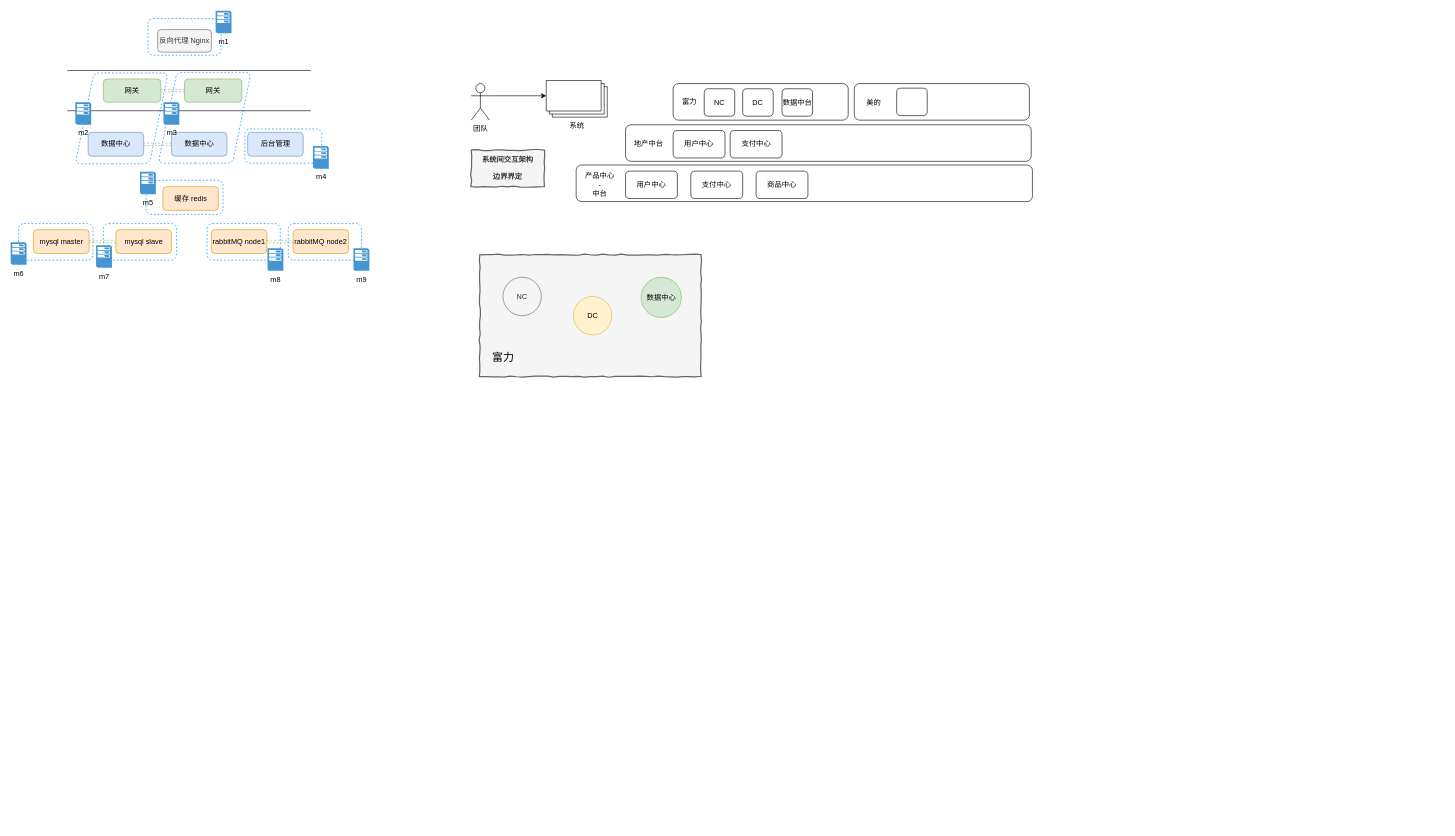
Above: page "ç¬¬ 1 é¡µ" (1 of 2) of yx_数据中心.drawio in chenyz/EGOTableViewPullRefresh (draw.io), before the change. Source tidied: cells renumbered, new cells numbered last; positions are measured from the earlier drawing's top-left corner, leaving out a move shared by most shapes. Both pictures are drawn from the tidied source at 61%, with x=0, y=0 at pixel (10, 10).
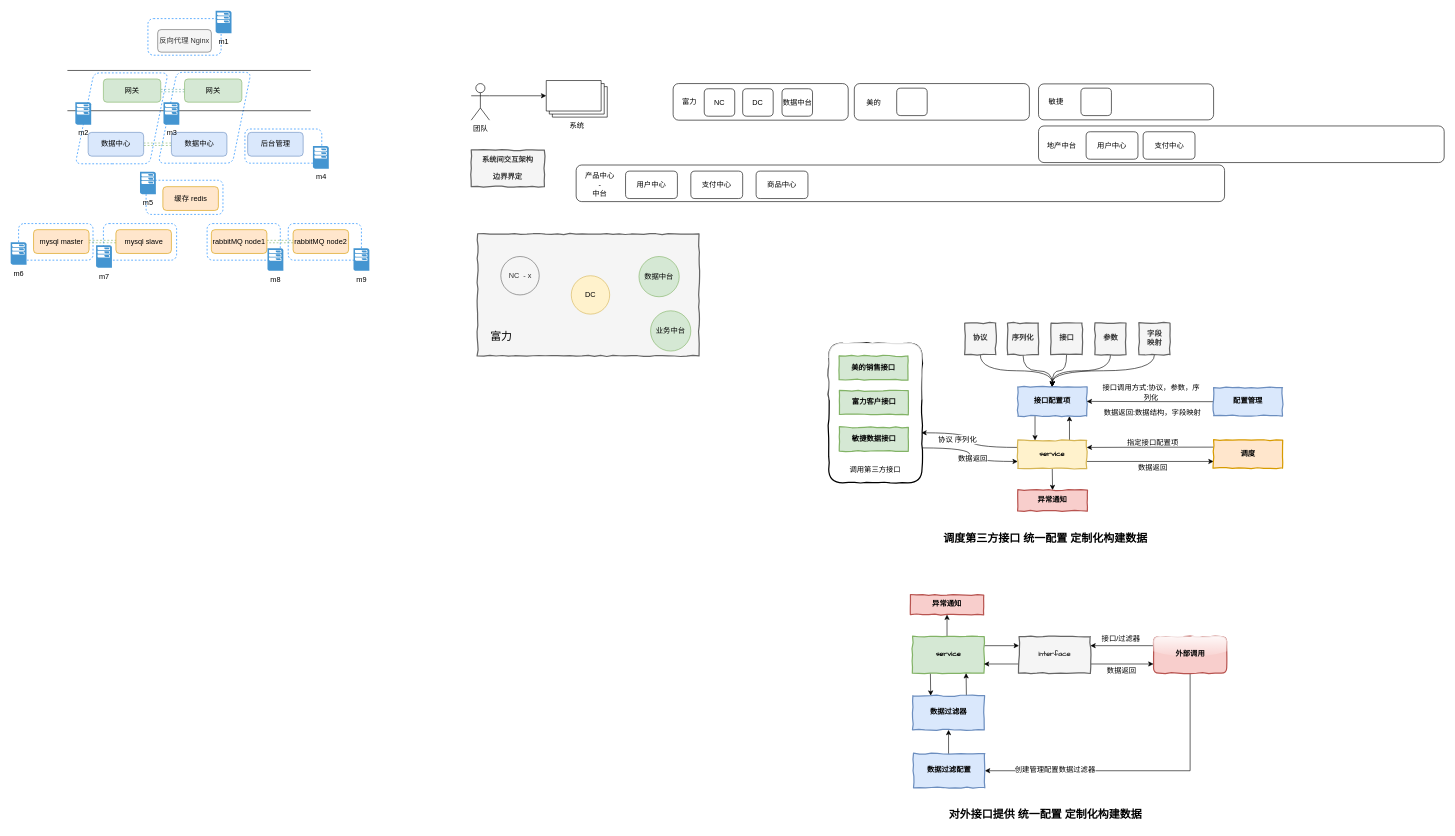
Above is the later version.

Commit message:
更新yx_数据中心.drawio

Diff of the diagram source:
```diff
@@
+    <mxCell id="62" style="edgeStyle=orthogonalEdgeStyle;curved=1;rounded=0;jettySize=auto;html=1;exitX=1;exitY=0.75;exitDx=0;exitDy=0;entryX=0;entryY=0.75;entryDx=0;entryDy=0;" parent="1" edge="1" source="64" target="78">
+      <mxGeometry relative="1" as="geometry" />
+    </mxCell>
+    <mxCell id="63" value="数据返回" style="text;html=1;align=center;verticalAlign=middle;labelBackgroundColor=#ffffff;" parent="62" vertex="1">
+      <mxGeometry x="0.17" y="5" relative="1" as="geometry" />
+    </mxCell>
+    <mxCell id="64" style="html=1;whiteSpace=wrap;comic=1;strokeWidth=2;fontFamily=Comic Sans MS;fontStyle=1;rounded=1;glass=1;" parent="1" vertex="1">
+      <mxGeometry x="1341" y="545" width="153" height="229" as="geometry" />
+    </mxCell>
     <mxCell id="2" style="html=1;whiteSpace=wrap;comic=1;strokeWidth=2;fontFamily=Comic Sans MS;fontStyle=1;fillColor=#f5f5f5;strokeColor=#666666;fontColor=#333333;" parent="1" vertex="1">
-      <mxGeometry x="769" y="400" width="363" height="200" as="geometry" />
+      <mxGeometry x="765.5" y="366" width="363" height="200" as="geometry" />
     </mxCell>
@@
     <mxCell id="37" style="rounded=1;whiteSpace=wrap;html=1;" parent="1" vertex="1">
-      <mxGeometry x="927" y="253" width="748" height="60" as="geometry" />
+      <mxGeometry x="927" y="253" width="1063" height="60" as="geometry" />
     </mxCell>
@@
     <mxCell id="42" style="rounded=1;whiteSpace=wrap;html=1;" parent="1" vertex="1">
-      <mxGeometry x="1008" y="187" width="665" height="60" as="geometry" />
+      <mxGeometry x="1685" y="189" width="665" height="60" as="geometry" />
     </mxCell>
     <mxCell id="43" value="地产中台" style="text;html=1;strokeColor=none;fillColor=none;align=center;verticalAlign=middle;whiteSpace=wrap;rounded=0;" parent="1" vertex="1">
-      <mxGeometry x="1019" y="209" width="54" height="20" as="geometry" />
+      <mxGeometry x="1696" y="211" width="54" height="20" as="geometry" />
     </mxCell>
     <mxCell id="44" value="用户中心" style="rounded=1;whiteSpace=wrap;html=1;" parent="1" vertex="1">
-      <mxGeometry x="1086" y="196.5" width="85" height="45" as="geometry" />
+      <mxGeometry x="1763" y="198.5" width="85" height="45" as="geometry" />
     </mxCell>
     <mxCell id="45" value="支付中心" style="rounded=1;whiteSpace=wrap;html=1;" parent="1" vertex="1">
-      <mxGeometry x="1179.5" y="196.5" width="85" height="45" as="geometry" />
+      <mxGeometry x="1856.5" y="198.5" width="85" height="45" as="geometry" />
     </mxCell>
@@
     <mxCell id="56" value="DC" style="ellipse;whiteSpace=wrap;html=1;fillColor=#fff2cc;strokeColor=#d6b656;" parent="1" vertex="1">
-      <mxGeometry x="922.5" y="468.5" width="63" height="63" as="geometry" />
+      <mxGeometry x="919" y="434.5" width="63" height="63" as="geometry" />
     </mxCell>
-    <mxCell id="57" value="数据中心" style="ellipse;whiteSpace=wrap;html=1;fillColor=#d5e8d4;strokeColor=#82b366;" parent="1" vertex="1">
-      <mxGeometry x="1033.5" y="437" width="66" height="66" as="geometry" />
+    <mxCell id="57" value="数据中台&lt;br&gt;" style="ellipse;whiteSpace=wrap;html=1;fillColor=#d5e8d4;strokeColor=#82b366;" parent="1" vertex="1">
+      <mxGeometry x="1030" y="403" width="66" height="66" as="geometry" />
     </mxCell>
-    <mxCell id="58" value="NC" style="ellipse;whiteSpace=wrap;html=1;fillColor=#f5f5f5;strokeColor=#666666;fontColor=#333333;" parent="1" vertex="1">
-      <mxGeometry x="807" y="437" width="63" height="63" as="geometry" />
+    <mxCell id="58" value="NC&amp;nbsp; - x" style="ellipse;whiteSpace=wrap;html=1;fillColor=#f5f5f5;strokeColor=#666666;fontColor=#333333;" parent="1" vertex="1">
+      <mxGeometry x="803.5" y="403" width="63" height="63" as="geometry" />
     </mxCell>
@@
     <mxCell id="60" value="&lt;font style=&quot;font-size: 18px ; font-weight: normal&quot;&gt;富力&lt;/font&gt;" style="text;strokeColor=none;fillColor=none;html=1;fontSize=24;fontStyle=1;verticalAlign=middle;align=center;" parent="1" vertex="1">
-      <mxGeometry x="778" y="546" width="58" height="40" as="geometry" />
+      <mxGeometry x="774.5" y="512" width="58" height="40" as="geometry" />
     </mxCell>
@@
+    <mxCell id="65" style="rounded=1;whiteSpace=wrap;html=1;" parent="1" vertex="1">
+      <mxGeometry x="1685" y="120" width="287" height="59" as="geometry" />
+    </mxCell>
+    <mxCell id="66" style="rounded=1;whiteSpace=wrap;html=1;" parent="1" vertex="1">
+      <mxGeometry x="1754.5" y="127" width="50" height="45" as="geometry" />
+    </mxCell>
+    <mxCell id="67" value="敏捷" style="text;html=1;strokeColor=none;fillColor=none;align=center;verticalAlign=middle;whiteSpace=wrap;rounded=0;" parent="1" vertex="1">
+      <mxGeometry x="1694" y="139.5" width="40" height="20" as="geometry" />
+    </mxCell>
+    <mxCell id="68" value="业务中台&lt;br&gt;" style="ellipse;whiteSpace=wrap;html=1;fillColor=#d5e8d4;strokeColor=#82b366;" parent="1" vertex="1">
+      <mxGeometry x="1049" y="492" width="66" height="66" as="geometry" />
+    </mxCell>
+    <mxCell id="69" value="美的销售接口" style="html=1;whiteSpace=wrap;comic=1;strokeWidth=2;fontFamily=Comic Sans MS;fontStyle=1;fillColor=#d5e8d4;strokeColor=#82b366;" parent="1" vertex="1">
+      <mxGeometry x="1358" y="566" width="113" height="39" as="geometry" />
+    </mxCell>
+    <mxCell id="70" value="富力客户接口" style="html=1;whiteSpace=wrap;comic=1;strokeWidth=2;fontFamily=Comic Sans MS;fontStyle=1;fillColor=#d5e8d4;strokeColor=#82b366;" parent="1" vertex="1">
+      <mxGeometry x="1358.5" y="623" width="113" height="39" as="geometry" />
+    </mxCell>
+    <mxCell id="71" value="敏捷数据接口" style="html=1;whiteSpace=wrap;comic=1;strokeWidth=2;fontFamily=Comic Sans MS;fontStyle=1;fillColor=#d5e8d4;strokeColor=#82b366;" parent="1" vertex="1">
+      <mxGeometry x="1358.5" y="683" width="113" height="39" as="geometry" />
+    </mxCell>
+    <mxCell id="72" value="调用第三方接口" style="text;html=1;strokeColor=none;fillColor=none;align=center;verticalAlign=middle;whiteSpace=wrap;rounded=0;" parent="1" vertex="1">
+      <mxGeometry x="1373" y="743" width="89" height="20" as="geometry" />
+    </mxCell>
+    <mxCell id="73" style="edgeStyle=orthogonalEdgeStyle;rounded=0;jettySize=auto;html=1;exitX=0.75;exitY=0;exitDx=0;exitDy=0;entryX=0.75;entryY=1;entryDx=0;entryDy=0;" parent="1" edge="1" source="78" target="80">
+      <mxGeometry relative="1" as="geometry" />
+    </mxCell>
+    <mxCell id="74" style="edgeStyle=orthogonalEdgeStyle;rounded=0;jettySize=auto;html=1;exitX=0;exitY=0.25;exitDx=0;exitDy=0;curved=1;entryX=0.993;entryY=0.642;entryDx=0;entryDy=0;entryPerimeter=0;" parent="1" edge="1" source="78" target="64">
+      <mxGeometry relative="1" as="geometry" />
+    </mxCell>
+    <mxCell id="75" value="协议 序列化" style="text;html=1;align=center;verticalAlign=middle;labelBackgroundColor=#ffffff;" parent="74" vertex="1">
+      <mxGeometry x="0.36" y="10" relative="1" as="geometry" />
+    </mxCell>
+    <mxCell id="76" style="edgeStyle=orthogonalEdgeStyle;rounded=0;jettySize=auto;html=1;exitX=0.5;exitY=1;exitDx=0;exitDy=0;entryX=0.5;entryY=0;entryDx=0;entryDy=0;" parent="1" edge="1" source="78" target="113">
+      <mxGeometry relative="1" as="geometry" />
+    </mxCell>
+    <mxCell id="77" style="edgeStyle=orthogonalEdgeStyle;rounded=0;jettySize=auto;html=1;exitX=1;exitY=0.75;exitDx=0;exitDy=0;" parent="1" edge="1" source="78">
+      <mxGeometry relative="1" as="geometry">
+        <mxPoint x="1972" y="739" as="targetPoint" />
+      </mxGeometry>
+    </mxCell>
+    <mxCell id="78" value="service" style="html=1;whiteSpace=wrap;comic=1;strokeWidth=2;fontFamily=Comic Sans MS;fontStyle=1;fillColor=#fff2cc;strokeColor=#d6b656;" parent="1" vertex="1">
+      <mxGeometry x="1651" y="704.5" width="113" height="46" as="geometry" />
+    </mxCell>
+    <mxCell id="79" style="edgeStyle=orthogonalEdgeStyle;rounded=0;jettySize=auto;html=1;exitX=0.25;exitY=1;exitDx=0;exitDy=0;entryX=0.25;entryY=0;entryDx=0;entryDy=0;" parent="1" edge="1" source="80" target="78">
+      <mxGeometry relative="1" as="geometry" />
+    </mxCell>
+    <mxCell id="80" value="接口配置项" style="html=1;whiteSpace=wrap;comic=1;strokeWidth=2;fontFamily=Comic Sans MS;fontStyle=1;fillColor=#dae8fc;strokeColor=#6c8ebf;" parent="1" vertex="1">
+      <mxGeometry x="1651" y="616.5" width="113" height="48" as="geometry" />
+    </mxCell>
+    <mxCell id="81" style="edgeStyle=orthogonalEdgeStyle;curved=1;rounded=0;jettySize=auto;html=1;exitX=0.5;exitY=1;exitDx=0;exitDy=0;" parent="1" edge="1" source="82" target="80">
+      <mxGeometry relative="1" as="geometry" />
+    </mxCell>
+    <mxCell id="82" value="协议" style="html=1;whiteSpace=wrap;comic=1;strokeWidth=2;fontFamily=Comic Sans MS;fontStyle=1;fillColor=#f5f5f5;strokeColor=#666666;fontColor=#333333;" parent="1" vertex="1">
+      <mxGeometry x="1564" y="512" width="51" height="52" as="geometry" />
+    </mxCell>
+    <mxCell id="83" style="edgeStyle=orthogonalEdgeStyle;curved=1;rounded=0;jettySize=auto;html=1;exitX=0.5;exitY=1;exitDx=0;exitDy=0;entryX=0.5;entryY=0;entryDx=0;entryDy=0;" parent="1" edge="1" source="84" target="80">
+      <mxGeometry relative="1" as="geometry" />
+    </mxCell>
+    <mxCell id="84" value="序列化" style="html=1;whiteSpace=wrap;comic=1;strokeWidth=2;fontFamily=Comic Sans MS;fontStyle=1;fillColor=#f5f5f5;strokeColor=#666666;fontColor=#333333;" parent="1" vertex="1">
+      <mxGeometry x="1634" y="512" width="51" height="52" as="geometry" />
+    </mxCell>
+    <mxCell id="85" style="edgeStyle=orthogonalEdgeStyle;curved=1;rounded=0;jettySize=auto;html=1;exitX=0.5;exitY=1;exitDx=0;exitDy=0;entryX=0.5;entryY=0;entryDx=0;entryDy=0;" parent="1" edge="1" source="86" target="80">
+      <mxGeometry relative="1" as="geometry" />
+    </mxCell>
+    <mxCell id="86" value="接口" style="html=1;whiteSpace=wrap;comic=1;strokeWidth=2;fontFamily=Comic Sans MS;fontStyle=1;fillColor=#f5f5f5;strokeColor=#666666;fontColor=#333333;" parent="1" vertex="1">
+      <mxGeometry x="1705.5" y="512" width="51" height="52" as="geometry" />
+    </mxCell>
+    <mxCell id="87" style="edgeStyle=orthogonalEdgeStyle;curved=1;rounded=0;jettySize=auto;html=1;exitX=0.5;exitY=1;exitDx=0;exitDy=0;entryX=0.5;entryY=0;entryDx=0;entryDy=0;" parent="1" edge="1" source="88" target="80">
+      <mxGeometry relative="1" as="geometry" />
+    </mxCell>
+    <mxCell id="88" value="字段&lt;br&gt;映射&lt;br&gt;" style="html=1;whiteSpace=wrap;comic=1;strokeWidth=2;fontFamily=Comic Sans MS;fontStyle=1;fillColor=#f5f5f5;strokeColor=#666666;fontColor=#333333;" parent="1" vertex="1">
+      <mxGeometry x="1849.5" y="512" width="51" height="52" as="geometry" />
+    </mxCell>
+    <mxCell id="89" style="edgeStyle=orthogonalEdgeStyle;curved=1;rounded=0;jettySize=auto;html=1;exitX=0;exitY=0.25;exitDx=0;exitDy=0;entryX=1;entryY=0.25;entryDx=0;entryDy=0;" parent="1" edge="1" source="90" target="78">
+      <mxGeometry relative="1" as="geometry" />
+    </mxCell>
+    <mxCell id="90" value="调度" style="html=1;whiteSpace=wrap;comic=1;strokeWidth=2;fontFamily=Comic Sans MS;fontStyle=1;fillColor=#ffe6cc;strokeColor=#d79b00;" parent="1" vertex="1">
+      <mxGeometry x="1972" y="704" width="113" height="46" as="geometry" />
+    </mxCell>
+    <mxCell id="91" style="edgeStyle=orthogonalEdgeStyle;curved=1;rounded=0;jettySize=auto;html=1;exitX=0.5;exitY=1;exitDx=0;exitDy=0;entryX=0.5;entryY=0;entryDx=0;entryDy=0;" parent="1" edge="1" source="92" target="80">
+      <mxGeometry relative="1" as="geometry" />
+    </mxCell>
+    <mxCell id="92" value="参数" style="html=1;whiteSpace=wrap;comic=1;strokeWidth=2;fontFamily=Comic Sans MS;fontStyle=1;fillColor=#f5f5f5;strokeColor=#666666;fontColor=#333333;" parent="1" vertex="1">
+      <mxGeometry x="1777.5" y="512" width="51" height="52" as="geometry" />
+    </mxCell>
+    <mxCell id="93" style="edgeStyle=orthogonalEdgeStyle;rounded=0;jettySize=auto;html=1;exitX=1;exitY=0.25;exitDx=0;exitDy=0;entryX=0;entryY=0.25;entryDx=0;entryDy=0;" parent="1" edge="1" source="96" target="102">
+      <mxGeometry relative="1" as="geometry" />
+    </mxCell>
+    <mxCell id="94" style="edgeStyle=orthogonalEdgeStyle;rounded=0;jettySize=auto;html=1;exitX=0.25;exitY=1;exitDx=0;exitDy=0;entryX=0.25;entryY=0;entryDx=0;entryDy=0;" parent="1" edge="1" source="96" target="104">
+      <mxGeometry relative="1" as="geometry" />
+    </mxCell>
+    <mxCell id="95" style="edgeStyle=orthogonalEdgeStyle;rounded=0;jettySize=auto;html=1;exitX=0.5;exitY=0;exitDx=0;exitDy=0;entryX=0.5;entryY=1;entryDx=0;entryDy=0;" parent="1" edge="1" source="96" target="114">
+      <mxGeometry relative="1" as="geometry" />
+    </mxCell>
+    <mxCell id="96" value="service" style="html=1;whiteSpace=wrap;comic=1;strokeWidth=2;fontFamily=Comic Sans MS;fontStyle=1;fillColor=#d5e8d4;strokeColor=#82b366;" parent="1" vertex="1">
+      <mxGeometry x="1478.5" y="1026" width="117" height="60" as="geometry" />
+    </mxCell>
+    <mxCell id="97" style="edgeStyle=orthogonalEdgeStyle;curved=1;rounded=0;jettySize=auto;html=1;exitX=0;exitY=0.5;exitDx=0;exitDy=0;entryX=1;entryY=0.5;entryDx=0;entryDy=0;" parent="1" edge="1" source="98" target="80">
+      <mxGeometry relative="1" as="geometry" />
+    </mxCell>
+    <mxCell id="98" value="配置管理" style="html=1;whiteSpace=wrap;comic=1;strokeWidth=2;fontFamily=Comic Sans MS;fontStyle=1;fillColor=#dae8fc;strokeColor=#6c8ebf;" parent="1" vertex="1">
+      <mxGeometry x="1972" y="618" width="113" height="46" as="geometry" />
+    </mxCell>
+    <mxCell id="99" value="&lt;span style=&quot;font-size: 18px&quot;&gt;调度第三方接口 统一配置 定制化构建数据&lt;/span&gt;" style="text;strokeColor=none;fillColor=none;html=1;fontSize=24;fontStyle=1;verticalAlign=middle;align=center;" parent="1" vertex="1">
+      <mxGeometry x="1553" y="844" width="286" height="40" as="geometry" />
+    </mxCell>
+    <mxCell id="100" style="edgeStyle=orthogonalEdgeStyle;rounded=0;jettySize=auto;html=1;exitX=1;exitY=0.75;exitDx=0;exitDy=0;entryX=0;entryY=0.75;entryDx=0;entryDy=0;" parent="1" edge="1" source="102" target="108">
+      <mxGeometry relative="1" as="geometry" />
+    </mxCell>
+    <mxCell id="101" style="edgeStyle=orthogonalEdgeStyle;rounded=0;jettySize=auto;html=1;exitX=0;exitY=0.75;exitDx=0;exitDy=0;entryX=1;entryY=0.75;entryDx=0;entryDy=0;" parent="1" edge="1" source="102" target="96">
+      <mxGeometry relative="1" as="geometry" />
+    </mxCell>
+    <mxCell id="102" value="interface" style="html=1;whiteSpace=wrap;comic=1;strokeWidth=2;fontFamily=Comic Sans MS;fontStyle=1;fillColor=#f5f5f5;strokeColor=#666666;fontColor=#333333;" parent="1" vertex="1">
+      <mxGeometry x="1653" y="1026" width="117" height="60" as="geometry" />
+    </mxCell>
+    <mxCell id="103" style="edgeStyle=orthogonalEdgeStyle;rounded=0;jettySize=auto;html=1;exitX=0.75;exitY=0;exitDx=0;exitDy=0;entryX=0.75;entryY=1;entryDx=0;entryDy=0;" parent="1" edge="1" source="104" target="96">
+      <mxGeometry relative="1" as="geometry" />
+    </mxCell>
+    <mxCell id="104" value="数据过滤器" style="html=1;whiteSpace=wrap;comic=1;strokeWidth=2;fontFamily=Comic Sans MS;fontStyle=1;fillColor=#dae8fc;strokeColor=#6c8ebf;" parent="1" vertex="1">
+      <mxGeometry x="1479" y="1123" width="117" height="56" as="geometry" />
+    </mxCell>
+    <mxCell id="105" style="edgeStyle=orthogonalEdgeStyle;rounded=0;jettySize=auto;html=1;exitX=0;exitY=0.25;exitDx=0;exitDy=0;entryX=1;entryY=0.25;entryDx=0;entryDy=0;" parent="1" edge="1" source="108" target="102">
+      <mxGeometry relative="1" as="geometry" />
+    </mxCell>
+    <mxCell id="106" style="edgeStyle=orthogonalEdgeStyle;rounded=0;jettySize=auto;html=1;exitX=0.5;exitY=1;exitDx=0;exitDy=0;entryX=1;entryY=0.5;entryDx=0;entryDy=0;" parent="1" edge="1" source="108" target="110">
+      <mxGeometry relative="1" as="geometry" />
+    </mxCell>
+    <mxCell id="107" value="创建管理配置数据过滤器" style="text;html=1;align=center;verticalAlign=middle;labelBackgroundColor=#ffffff;" parent="106" vertex="1">
+      <mxGeometry x="0.54" y="-3" relative="1" as="geometry" />
+    </mxCell>
+    <mxCell id="108" value="外部调用" style="html=1;whiteSpace=wrap;comic=1;strokeWidth=2;fontFamily=Comic Sans MS;fontStyle=1;fillColor=#f8cecc;strokeColor=#b85450;rounded=1;shadow=0;glass=1;" parent="1" vertex="1">
+      <mxGeometry x="1873.5" y="1026" width="120" height="60" as="geometry" />
+    </mxCell>
+    <mxCell id="109" style="edgeStyle=orthogonalEdgeStyle;rounded=0;jettySize=auto;html=1;exitX=0.5;exitY=0;exitDx=0;exitDy=0;entryX=0.5;entryY=1;entryDx=0;entryDy=0;" parent="1" edge="1" source="110" target="104">
+      <mxGeometry relative="1" as="geometry" />
+    </mxCell>
+    <mxCell id="110" value="数据过滤配置" style="html=1;whiteSpace=wrap;comic=1;strokeWidth=2;fontFamily=Comic Sans MS;fontStyle=1;fillColor=#dae8fc;strokeColor=#6c8ebf;" parent="1" vertex="1">
+      <mxGeometry x="1480" y="1218" width="117" height="56" as="geometry" />
+    </mxCell>
+    <mxCell id="111" value="接口调用方式:协议，参数，序列化" style="text;html=1;strokeColor=none;fillColor=none;align=center;verticalAlign=middle;whiteSpace=wrap;rounded=0;" parent="1" vertex="1">
+      <mxGeometry x="1785" y="616" width="170" height="20" as="geometry" />
+    </mxCell>
+    <mxCell id="112" value="数据返回:数据结构，字段映射" style="text;html=1;strokeColor=none;fillColor=none;align=center;verticalAlign=middle;whiteSpace=wrap;rounded=0;" parent="1" vertex="1">
+      <mxGeometry x="1790" y="650" width="164" height="20" as="geometry" />
+    </mxCell>
+    <mxCell id="113" value="异常通知" style="html=1;whiteSpace=wrap;comic=1;strokeWidth=2;fontFamily=Comic Sans MS;fontStyle=1;fillColor=#f8cecc;strokeColor=#b85450;" parent="1" vertex="1">
+      <mxGeometry x="1651" y="786" width="114" height="34" as="geometry" />
+    </mxCell>
+    <mxCell id="114" value="异常通知" style="html=1;whiteSpace=wrap;comic=1;strokeWidth=2;fontFamily=Comic Sans MS;fontStyle=1;fillColor=#f8cecc;strokeColor=#b85450;" parent="1" vertex="1">
+      <mxGeometry x="1475" y="958" width="120" height="32" as="geometry" />
+    </mxCell>
+    <mxCell id="115" value="指定接口配置项" style="text;html=1;strokeColor=none;fillColor=none;align=center;verticalAlign=middle;whiteSpace=wrap;rounded=0;shadow=0;glass=1;" parent="1" vertex="1">
+      <mxGeometry x="1799" y="698" width="147" height="20" as="geometry" />
+    </mxCell>
+    <mxCell id="116" value="数据返回" style="text;html=1;strokeColor=none;fillColor=none;align=center;verticalAlign=middle;whiteSpace=wrap;rounded=0;shadow=0;glass=1;" parent="1" vertex="1">
+      <mxGeometry x="1847" y="739" width="51" height="20" as="geometry" />
+    </mxCell>
+    <mxCell id="117" value="接口/过滤器" style="text;html=1;strokeColor=none;fillColor=none;align=center;verticalAlign=middle;whiteSpace=wrap;rounded=0;shadow=0;glass=1;" parent="1" vertex="1">
+      <mxGeometry x="1777" y="1020" width="87" height="20" as="geometry" />
+    </mxCell>
+    <mxCell id="118" value="数据返回" style="text;html=1;strokeColor=none;fillColor=none;align=center;verticalAlign=middle;whiteSpace=wrap;rounded=0;shadow=0;glass=1;" parent="1" vertex="1">
+      <mxGeometry x="1788" y="1072" width="67" height="20" as="geometry" />
+    </mxCell>
+    <mxCell id="119" value="&lt;span style=&quot;font-size: 18px&quot;&gt;对外接口提供 统一配置 定制化构建数据&lt;/span&gt;" style="text;strokeColor=none;fillColor=none;html=1;fontSize=24;fontStyle=1;verticalAlign=middle;align=center;" parent="1" vertex="1">
+      <mxGeometry x="1553" y="1296" width="286" height="40" as="geometry" />
+    </mxCell>
```
